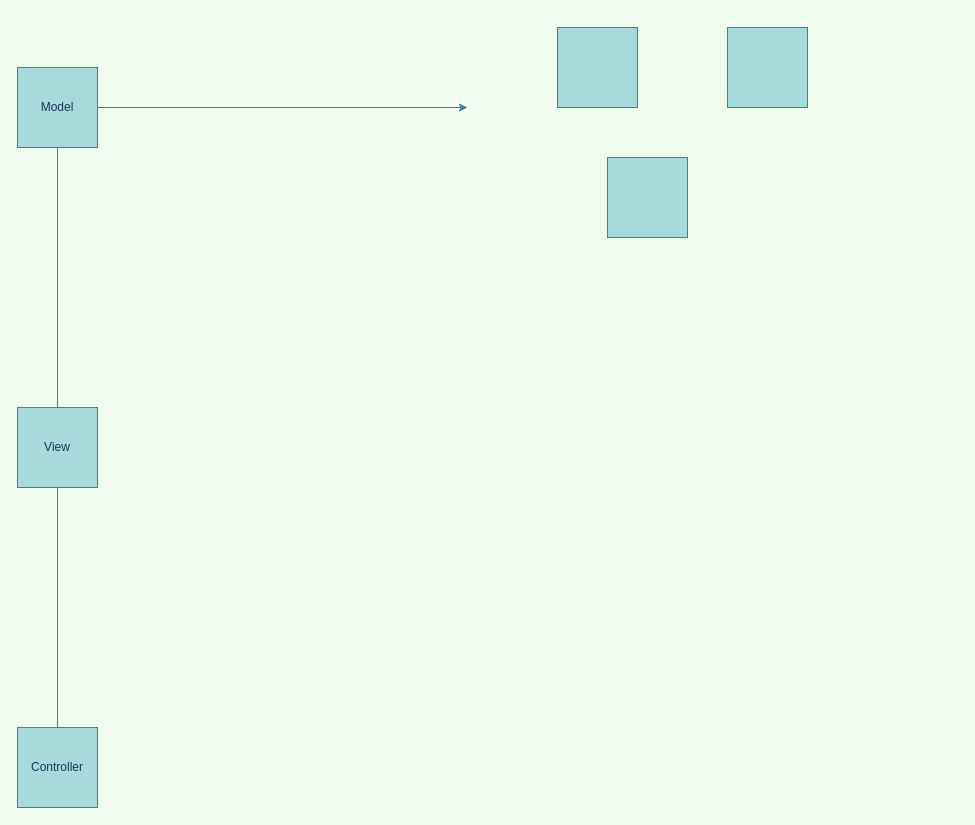
Earlier version of the draw.io diagram design.drawio (ghidalgo93/kbpicker). Source tidied: cells renumbered, new cells numbered last; positions are measured from the earlier drawing's top-left corner, leaving out a move shared by most shapes. Both pictures are drawn from the tidied source at 100%, with x=0, y=0 at pixel (17, 27).
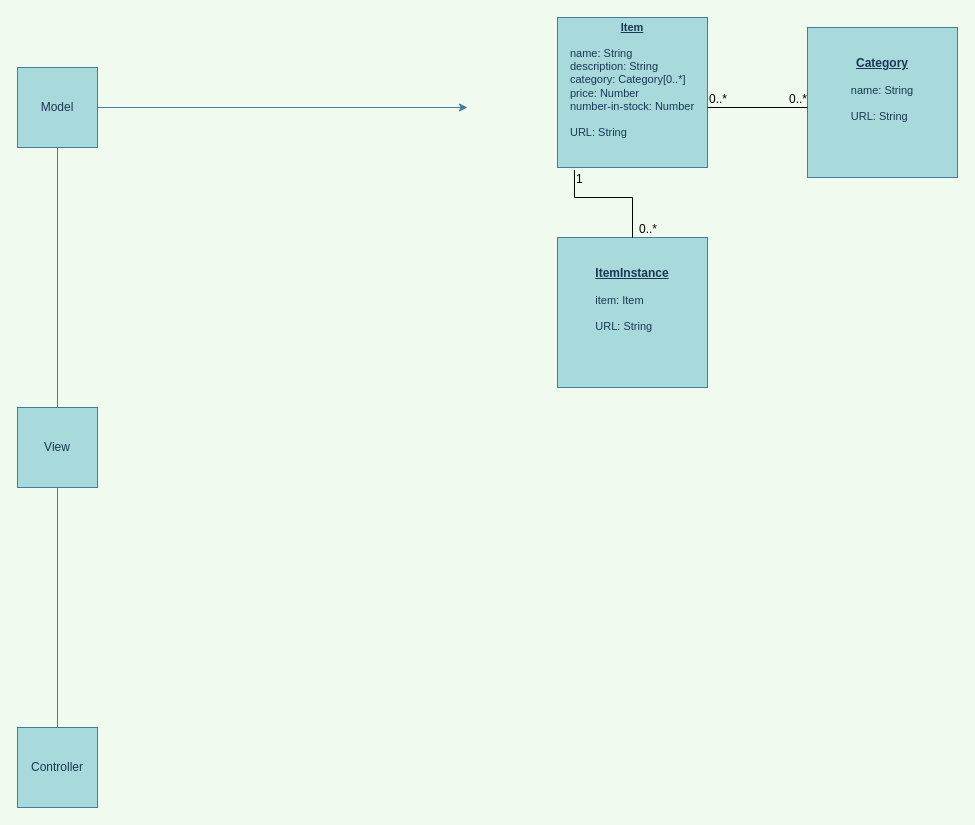
The same diagram, later.

Diff of the diagram source:
```diff
@@
-    <mxCell id="8" style="whiteSpace=wrap;html=1;rounded=0;sketch=0;fontColor=#1D3557;strokeColor=#457B9D;fillColor=#A8DADC;" parent="1" vertex="1">
-      <mxGeometry x="540" width="80" height="80" as="geometry" />
+    <mxCell id="8" value="&lt;div style=&quot;font-size: 11px&quot;&gt;&lt;u&gt;&lt;b&gt;&lt;font style=&quot;font-size: 11px&quot;&gt;Item&lt;/font&gt;&lt;/b&gt;&lt;/u&gt;&lt;/div&gt;&lt;div style=&quot;font-size: 11px&quot;&gt;&lt;font style=&quot;font-size: 11px&quot;&gt;&lt;br&gt;&lt;/font&gt;&lt;/div&gt;&lt;div style=&quot;font-size: 11px&quot; align=&quot;left&quot;&gt;&lt;font style=&quot;font-size: 11px&quot;&gt;name: String&lt;/font&gt;&lt;/div&gt;&lt;div style=&quot;font-size: 11px&quot; align=&quot;left&quot;&gt;&lt;font style=&quot;font-size: 11px&quot;&gt;description: String&lt;/font&gt;&lt;/div&gt;&lt;div style=&quot;font-size: 11px&quot; align=&quot;left&quot;&gt;&lt;font style=&quot;font-size: 11px&quot;&gt;category: Category[0..*]&lt;/font&gt;&lt;/div&gt;&lt;div style=&quot;font-size: 11px&quot; align=&quot;left&quot;&gt;&lt;font style=&quot;font-size: 11px&quot;&gt;price: Number&lt;/font&gt;&lt;/div&gt;&lt;div style=&quot;font-size: 11px&quot; align=&quot;left&quot;&gt;&lt;font style=&quot;font-size: 11px&quot;&gt;number-in-stock: Number&lt;/font&gt;&lt;/div&gt;&lt;div style=&quot;font-size: 11px&quot; align=&quot;left&quot;&gt;&lt;font style=&quot;font-size: 11px&quot;&gt;&lt;br&gt;&lt;/font&gt;&lt;/div&gt;&lt;div style=&quot;font-size: 11px&quot; align=&quot;left&quot;&gt;&lt;font style=&quot;font-size: 11px&quot;&gt;URL: String&lt;br&gt;&lt;/font&gt;&lt;/div&gt;&lt;div style=&quot;font-size: 9px&quot;&gt;&lt;font style=&quot;font-size: 9px&quot;&gt;&lt;br&gt;&lt;/font&gt;&lt;/div&gt;&lt;div&gt;&lt;br&gt;&lt;/div&gt;" style="whiteSpace=wrap;html=1;rounded=0;sketch=0;fontColor=#1D3557;strokeColor=#457B9D;fillColor=#A8DADC;" parent="1" vertex="1">
+      <mxGeometry x="540" y="-10" width="150" height="150" as="geometry" />
     </mxCell>
-    <mxCell id="9" style="whiteSpace=wrap;html=1;rounded=0;sketch=0;fontColor=#1D3557;strokeColor=#457B9D;fillColor=#A8DADC;" parent="1" vertex="1">
-      <mxGeometry x="590" y="130" width="80" height="80" as="geometry" />
-    </mxCell>
-    <mxCell id="10" style="whiteSpace=wrap;html=1;rounded=0;sketch=0;fontColor=#1D3557;strokeColor=#457B9D;fillColor=#A8DADC;" parent="1" vertex="1">
-      <mxGeometry x="710" width="80" height="80" as="geometry" />
-    </mxCell>
+    <mxCell id="11" value="&lt;u&gt;&lt;b&gt;Category&lt;/b&gt;&lt;/u&gt;&lt;div style=&quot;font-size: 11px&quot;&gt;&lt;font style=&quot;font-size: 11px&quot;&gt;&lt;br&gt;&lt;/font&gt;&lt;/div&gt;&lt;div style=&quot;font-size: 11px&quot; align=&quot;left&quot;&gt;&lt;font style=&quot;font-size: 11px&quot;&gt;name: String&lt;/font&gt;&lt;/div&gt;&lt;div style=&quot;font-size: 11px&quot; align=&quot;left&quot;&gt;&lt;font style=&quot;font-size: 11px&quot;&gt;&lt;br&gt;&lt;/font&gt;&lt;/div&gt;&lt;div style=&quot;font-size: 11px&quot; align=&quot;left&quot;&gt;&lt;font style=&quot;font-size: 11px&quot;&gt;URL: String&lt;br&gt;&lt;/font&gt;&lt;/div&gt;&lt;div style=&quot;font-size: 9px&quot;&gt;&lt;font style=&quot;font-size: 9px&quot;&gt;&lt;br&gt;&lt;/font&gt;&lt;/div&gt;&lt;div&gt;&lt;br&gt;&lt;/div&gt;" style="whiteSpace=wrap;html=1;rounded=0;sketch=0;fontColor=#1D3557;strokeColor=#457B9D;fillColor=#A8DADC;" parent="1" vertex="1">
+      <mxGeometry x="790" width="150" height="150" as="geometry" />
+    </mxCell>
+    <mxCell id="12" value="&lt;u&gt;&lt;b&gt;ItemInstance&lt;/b&gt;&lt;/u&gt;&lt;div style=&quot;font-size: 11px&quot;&gt;&lt;font style=&quot;font-size: 11px&quot;&gt;&lt;br&gt;&lt;/font&gt;&lt;/div&gt;&lt;div style=&quot;font-size: 11px&quot; align=&quot;left&quot;&gt;item: Item&lt;br&gt;&lt;/div&gt;&lt;div style=&quot;font-size: 11px&quot; align=&quot;left&quot;&gt;&lt;font style=&quot;font-size: 11px&quot;&gt;&lt;br&gt;&lt;/font&gt;&lt;/div&gt;&lt;div style=&quot;font-size: 11px&quot; align=&quot;left&quot;&gt;&lt;font style=&quot;font-size: 11px&quot;&gt;URL: String&lt;br&gt;&lt;/font&gt;&lt;/div&gt;&lt;div style=&quot;font-size: 9px&quot;&gt;&lt;font style=&quot;font-size: 9px&quot;&gt;&lt;br&gt;&lt;/font&gt;&lt;/div&gt;&lt;div&gt;&lt;br&gt;&lt;/div&gt;" style="whiteSpace=wrap;html=1;rounded=0;sketch=0;fontColor=#1D3557;strokeColor=#457B9D;fillColor=#A8DADC;" parent="1" vertex="1">
+      <mxGeometry x="540" y="210" width="150" height="150" as="geometry" />
+    </mxCell>
+    <mxCell id="13" style="endArrow=none;html=1;rounded=0;" parent="1" edge="1">
+      <mxGeometry relative="1" as="geometry">
+        <mxPoint x="690" y="80" as="sourcePoint" />
+        <mxPoint x="790" y="80" as="targetPoint" />
+      </mxGeometry>
+    </mxCell>
+    <mxCell id="14" value="0..*" style="html=1;align=left;verticalAlign=bottom;" parent="13" vertex="1">
+      <mxGeometry x="-1" relative="1" as="geometry" />
+    </mxCell>
+    <mxCell id="15" value="0..*" style="html=1;align=right;verticalAlign=bottom;" parent="13" vertex="1">
+      <mxGeometry x="1" relative="1" as="geometry" />
+    </mxCell>
+    <mxCell id="16" style="endArrow=none;html=1;rounded=0;exitX=0.113;exitY=1.016;exitDx=0;exitDy=0;exitPerimeter=0;" parent="1" edge="1" source="8" target="12">
+      <mxGeometry relative="1" as="geometry">
+        <Array as="points">
+          <mxPoint x="557" y="170" />
+          <mxPoint x="615" y="170" />
+        </Array>
+      </mxGeometry>
+    </mxCell>
+    <mxCell id="17" value="1" style="html=1;align=left;verticalAlign=bottom;" parent="16" vertex="1">
+      <mxGeometry x="-1" relative="1" as="geometry">
+        <mxPoint y="18" as="offset" />
+      </mxGeometry>
+    </mxCell>
+    <mxCell id="18" value="0..*" style="html=1;align=right;verticalAlign=bottom;" parent="16" vertex="1">
+      <mxGeometry x="1" relative="1" as="geometry">
+        <mxPoint x="25" as="offset" />
+      </mxGeometry>
+    </mxCell>
```
